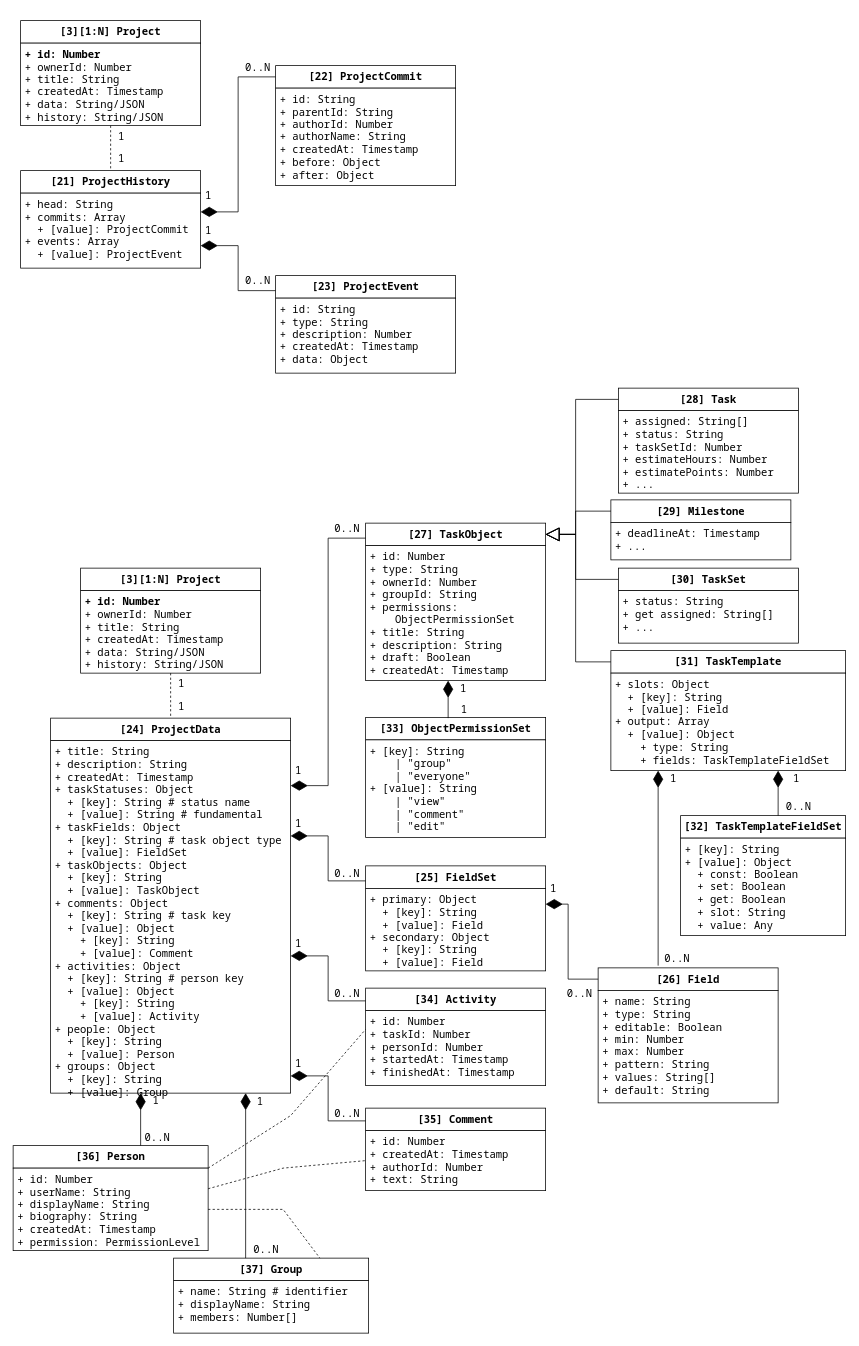
dmitriynaumov1024/proj keeps this draw.io diagram as page "Project" (3 of 3) of science-vis/datamodel.drawio. Above is the earlier version. Source tidied: cells renumbered, new cells numbered last; positions are measured from the earlier drawing's top-left corner, leaving out a move shared by most shapes. Both pictures are drawn from the tidied source at 75%, with x=0, y=0 at pixel (13, 20).
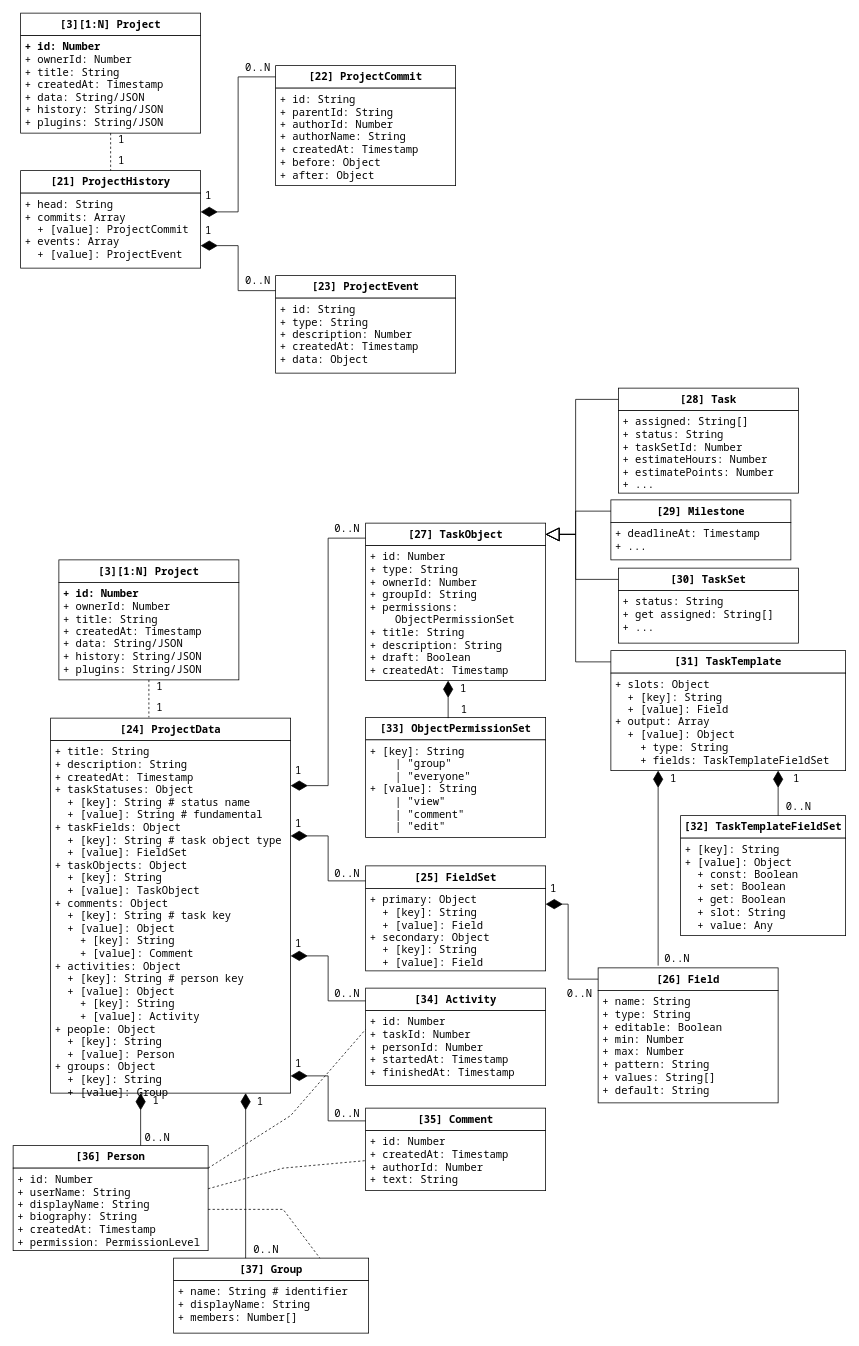
The same diagram, later.

Change to the diagram source:
```diff
@@
     <mxCell id="2" value="[3][1:N] Project" style="rounded=0;whiteSpace=wrap;html=1;fontFamily=Noto Sans Mono;fontSize=14;fontStyle=1;" parent="1" vertex="1">
-      <mxGeometry x="10" width="240" height="30" as="geometry" />
+      <mxGeometry x="10" y="-10" width="240" height="30" as="geometry" />
     </mxCell>
-    <mxCell id="3" value="&lt;div&gt;&lt;b&gt;+ id: Number&lt;/b&gt;&lt;/div&gt;&lt;div&gt;+ ownerId: Number&lt;/div&gt;&lt;div&gt;+ title: String&lt;/div&gt;&lt;div&gt;+ createdAt: Timestamp&lt;/div&gt;&lt;div&gt;+ data: String/JSON&lt;br&gt;+ history: String/JSON&lt;/div&gt;" style="rounded=0;whiteSpace=wrap;html=1;fontFamily=Noto Sans Mono;fontSize=14;align=left;verticalAlign=top;spacingLeft=4;" parent="1" vertex="1">
-      <mxGeometry x="10" y="30" width="240" height="110" as="geometry" />
+    <mxCell id="3" value="&lt;div&gt;&lt;b&gt;+ id: Number&lt;/b&gt;&lt;/div&gt;&lt;div&gt;+ ownerId: Number&lt;/div&gt;&lt;div&gt;+ title: String&lt;/div&gt;&lt;div&gt;+ createdAt: Timestamp&lt;/div&gt;&lt;div&gt;+ data: String/JSON&lt;br&gt;+ history: String/JSON&lt;/div&gt;&lt;div&gt;+ plugins: String/JSON&lt;/div&gt;" style="rounded=0;whiteSpace=wrap;html=1;fontFamily=Noto Sans Mono;fontSize=14;align=left;verticalAlign=top;spacingLeft=4;" parent="1" vertex="1">
+      <mxGeometry x="10" y="20" width="240" height="130" as="geometry" />
     </mxCell>
@@
     <mxCell id="11" value="&lt;font face=&quot;Noto Sans Mono&quot; style=&quot;font-size: 14px&quot;&gt;1&lt;/font&gt;" style="text;html=1;align=center;verticalAlign=middle;strokeColor=none;fillColor=none;" parent="1" vertex="1">
-      <mxGeometry x="134" y="144" width="20" height="20" as="geometry" />
+      <mxGeometry x="134" y="149" width="20" height="20" as="geometry" />
     </mxCell>
     <mxCell id="12" value="&lt;font face=&quot;Noto Sans Mono&quot; style=&quot;font-size: 14px&quot;&gt;1&lt;/font&gt;" style="text;html=1;align=center;verticalAlign=middle;strokeColor=none;fillColor=none;" parent="1" vertex="1">
-      <mxGeometry x="134" y="174" width="20" height="20" as="geometry" />
+      <mxGeometry x="134" y="177" width="20" height="20" as="geometry" />
     </mxCell>
@@
-    <mxCell id="15" value="[3][1:N] Project" style="rounded=0;whiteSpace=wrap;html=1;fontFamily=Noto Sans Mono;fontSize=14;fontStyle=1;" parent="1" vertex="1">
-      <mxGeometry x="90" y="730" width="240" height="30" as="geometry" />
-    </mxCell>
-    <mxCell id="16" value="&lt;div&gt;&lt;b&gt;+ id: Number&lt;/b&gt;&lt;/div&gt;&lt;div&gt;+ ownerId: Number&lt;/div&gt;&lt;div&gt;+ title: String&lt;/div&gt;&lt;div&gt;+ createdAt: Timestamp&lt;/div&gt;&lt;div&gt;+ data: String/JSON&lt;br&gt;+ history: String/JSON&lt;/div&gt;" style="rounded=0;whiteSpace=wrap;html=1;fontFamily=Noto Sans Mono;fontSize=14;align=left;verticalAlign=top;spacingLeft=4;" parent="1" vertex="1">
-      <mxGeometry x="90" y="760" width="240" height="110" as="geometry" />
-    </mxCell>
@@
-    <mxCell id="19" style="endArrow=none;dashed=1;html=1;rounded=0;exitX=0.5;exitY=1;exitDx=0;exitDy=0;" parent="1" edge="1" source="16">
-      <mxGeometry relative="1" as="geometry">
-        <mxPoint x="210" y="930" as="targetPoint" />
-      </mxGeometry>
-    </mxCell>
-    <mxCell id="20" value="&lt;font face=&quot;Noto Sans Mono&quot; style=&quot;font-size: 14px&quot;&gt;1&lt;/font&gt;" style="text;html=1;align=center;verticalAlign=middle;strokeColor=none;fillColor=none;" parent="1" vertex="1">
-      <mxGeometry x="214" y="874" width="20" height="20" as="geometry" />
-    </mxCell>
-    <mxCell id="21" value="&lt;font face=&quot;Noto Sans Mono&quot; style=&quot;font-size: 14px&quot;&gt;1&lt;/font&gt;" style="text;html=1;align=center;verticalAlign=middle;strokeColor=none;fillColor=none;" parent="1" vertex="1">
-      <mxGeometry x="214" y="904" width="20" height="20" as="geometry" />
-    </mxCell>
@@
+    <mxCell id="15" value="[3][1:N] Project" style="rounded=0;whiteSpace=wrap;html=1;fontFamily=Noto Sans Mono;fontSize=14;fontStyle=1;" parent="1" vertex="1">
+      <mxGeometry x="61" y="719" width="240" height="30" as="geometry" />
+    </mxCell>
+    <mxCell id="89" value="&lt;div&gt;&lt;b&gt;+ id: Number&lt;/b&gt;&lt;/div&gt;&lt;div&gt;+ ownerId: Number&lt;/div&gt;&lt;div&gt;+ title: String&lt;/div&gt;&lt;div&gt;+ createdAt: Timestamp&lt;/div&gt;&lt;div&gt;+ data: String/JSON&lt;br&gt;+ history: String/JSON&lt;/div&gt;&lt;div&gt;+ plugins: String/JSON&lt;/div&gt;" style="rounded=0;whiteSpace=wrap;html=1;fontFamily=Noto Sans Mono;fontSize=14;align=left;verticalAlign=top;spacingLeft=4;" parent="1" vertex="1">
+      <mxGeometry x="61" y="749" width="240" height="130" as="geometry" />
+    </mxCell>
+    <mxCell id="90" style="endArrow=none;dashed=1;html=1;rounded=0;exitX=0.5;exitY=1;exitDx=0;exitDy=0;" parent="1" edge="1" source="89">
+      <mxGeometry relative="1" as="geometry">
+        <mxPoint x="181" y="929" as="targetPoint" />
+      </mxGeometry>
+    </mxCell>
+    <mxCell id="91" value="&lt;font face=&quot;Noto Sans Mono&quot; style=&quot;font-size: 14px&quot;&gt;1&lt;/font&gt;" style="text;html=1;align=center;verticalAlign=middle;strokeColor=none;fillColor=none;" parent="1" vertex="1">
+      <mxGeometry x="185" y="878" width="20" height="20" as="geometry" />
+    </mxCell>
+    <mxCell id="92" value="&lt;font face=&quot;Noto Sans Mono&quot; style=&quot;font-size: 14px&quot;&gt;1&lt;/font&gt;" style="text;html=1;align=center;verticalAlign=middle;strokeColor=none;fillColor=none;" parent="1" vertex="1">
+      <mxGeometry x="185" y="906" width="20" height="20" as="geometry" />
+    </mxCell>
```
